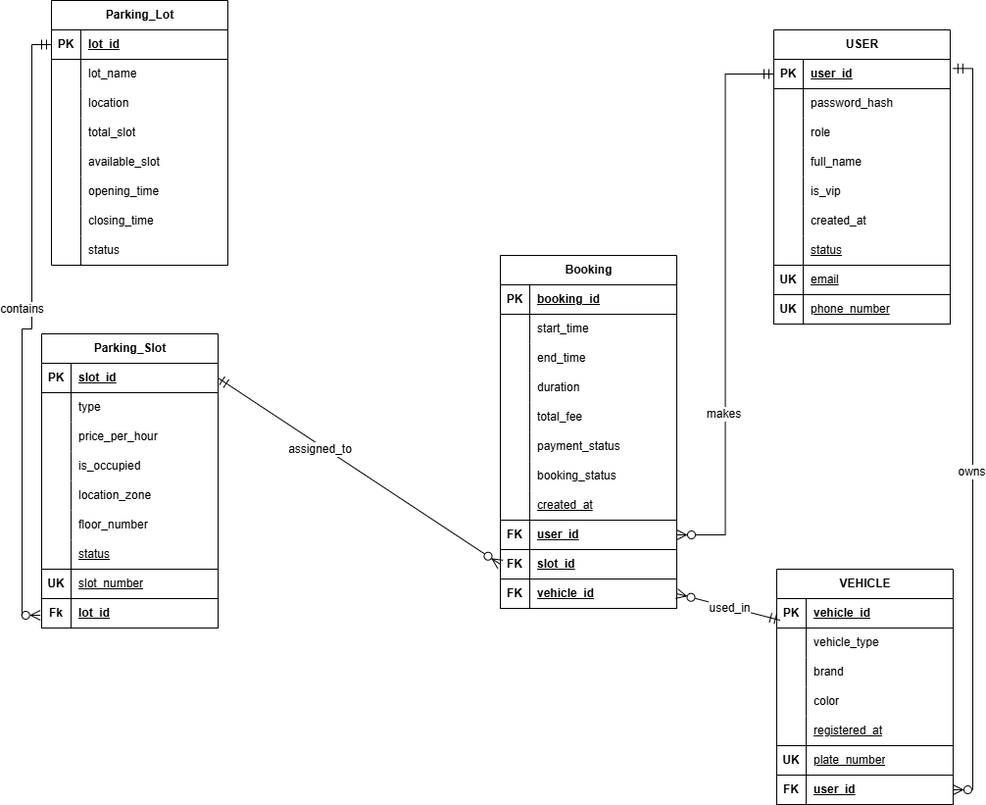
A-proG-spec/AASTU-DB-Project-Group-2 keeps this draw.io diagram as diagrams/erd.drawio.png. Above is the earlier version. Source tidied: cells renumbered, new cells last; positions are measured from the earlier drawing's top-left corner, leaving out a move shared by most shapes.
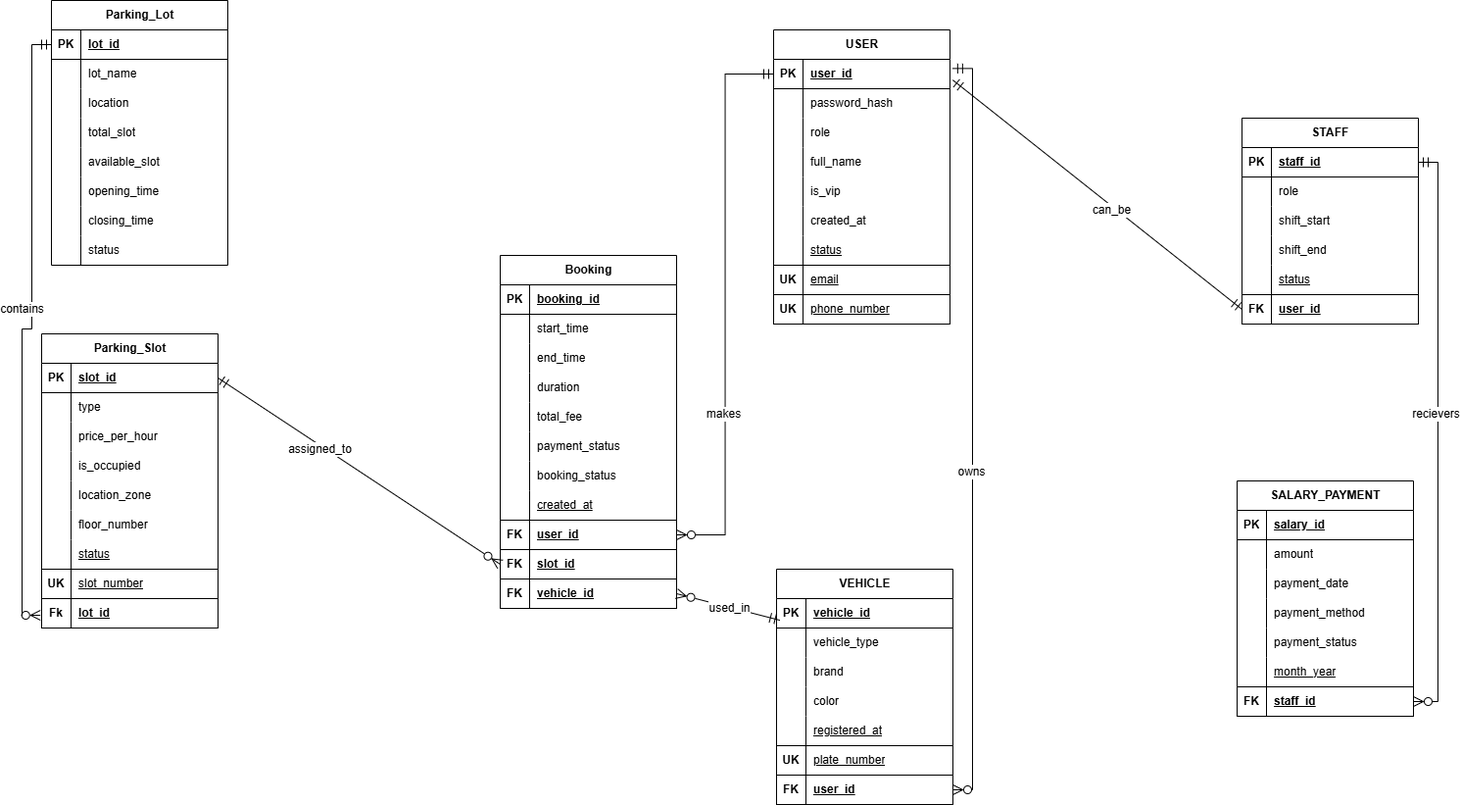
The same diagram one commit later.

Commit message:
added staff and salary_payment entities

The edit, as a diff of the source:
```diff
@@ -140,7 +140,7 @@
     <mxCell id="47" style="shape=partialRectangle;fillColor=none;top=0;left=0;bottom=0;right=0;fontStyle=1;overflow=hidden;whiteSpace=wrap;html=1;" parent="46" vertex="1">
       <mxGeometry width="30" height="30" as="geometry" />
     </mxCell>
-    <mxCell id="48" value="&lt;span style=&quot;font-weight: normal;&quot;&gt;status&lt;/span&gt;" style="shape=partialRectangle;fillColor=none;top=0;left=0;bottom=0;right=0;align=left;spacingLeft=6;fontStyle=5;overflow=hidden;whiteSpace=wrap;html=1;" parent="46" vertex="1">
+    <mxCell id="48" value="&lt;span style=&quot;font-weight: 400;&quot;&gt;status&lt;/span&gt;" style="shape=partialRectangle;fillColor=none;top=0;left=0;bottom=0;right=0;align=left;spacingLeft=6;fontStyle=5;overflow=hidden;whiteSpace=wrap;html=1;" parent="46" vertex="1">
       <mxGeometry x="30" width="150" height="30" as="geometry" />
     </mxCell>
     <mxCell id="49" style="shape=tableRow;horizontal=0;startSize=0;swimlaneHead=0;swimlaneBody=0;fillColor=none;top=0;left=0;right=0;bottom=1;" parent="27" vertex="1">
@@ -456,5 +456,142 @@
         <mxPoint y="-3" as="offset" />
       </mxGeometry>
     </mxCell>
+    <mxCell id="149" value="STAFF" style="shape=table;startSize=30;rowLines=0;fontStyle=1;align=center;html=1;" parent="1" vertex="1">
+      <mxGeometry x="1245" y="120" width="180" height="210" as="geometry" />
+    </mxCell>
+    <mxCell id="150" style="shape=tableRow;horizontal=0;startSize=0;swimlaneHead=0;swimlaneBody=0;fillColor=none;points=[[0,0.5],[1,0.5]];portConstraint=eastwest;top=0;left=0;right=0;bottom=1;" parent="149" vertex="1">
+      <mxGeometry y="30" width="180" height="30" as="geometry" />
+    </mxCell>
+    <mxCell id="151" value="PK" style="shape=partialRectangle;fillColor=none;top=0;left=0;bottom=0;right=0;fontStyle=1;overflow=hidden;whiteSpace=wrap;html=1;" parent="150" vertex="1">
+      <mxGeometry width="30" height="30" as="geometry" />
+    </mxCell>
+    <mxCell id="152" value="staff_id" style="shape=partialRectangle;fillColor=none;top=0;left=0;bottom=0;right=0;align=left;spacingLeft=6;fontStyle=5;overflow=hidden;whiteSpace=wrap;html=1;" parent="150" vertex="1">
+      <mxGeometry x="30" width="150" height="30" as="geometry" />
+    </mxCell>
+    <mxCell id="153" style="shape=tableRow;horizontal=0;startSize=0;swimlaneHead=0;swimlaneBody=0;fillColor=none;top=0;left=0;right=0;bottom=0;" parent="149" vertex="1">
+      <mxGeometry y="60" width="180" height="30" as="geometry" />
+    </mxCell>
+    <mxCell id="154" style="shape=partialRectangle;fillColor=none;top=0;left=0;bottom=0;right=0;overflow=hidden;whiteSpace=wrap;html=1;" parent="153" vertex="1">
+      <mxGeometry width="30" height="30" as="geometry" />
+    </mxCell>
+    <mxCell id="155" value="role" style="shape=partialRectangle;fillColor=none;top=0;left=0;bottom=0;right=0;align=left;spacingLeft=6;overflow=hidden;whiteSpace=wrap;html=1;" parent="153" vertex="1">
+      <mxGeometry x="30" width="150" height="30" as="geometry" />
+    </mxCell>
+    <mxCell id="156" style="shape=tableRow;horizontal=0;startSize=0;swimlaneHead=0;swimlaneBody=0;fillColor=none;top=0;left=0;right=0;bottom=0;" parent="149" vertex="1">
+      <mxGeometry y="90" width="180" height="30" as="geometry" />
+    </mxCell>
+    <mxCell id="157" style="shape=partialRectangle;fillColor=none;top=0;left=0;bottom=0;right=0;overflow=hidden;whiteSpace=wrap;html=1;" parent="156" vertex="1">
+      <mxGeometry width="30" height="30" as="geometry" />
+    </mxCell>
+    <mxCell id="158" value="shift_start" style="shape=partialRectangle;fillColor=none;top=0;left=0;bottom=0;right=0;align=left;spacingLeft=6;overflow=hidden;whiteSpace=wrap;html=1;" parent="156" vertex="1">
+      <mxGeometry x="30" width="150" height="30" as="geometry" />
+    </mxCell>
+    <mxCell id="159" style="shape=tableRow;horizontal=0;startSize=0;swimlaneHead=0;swimlaneBody=0;fillColor=none;top=0;left=0;right=0;bottom=0;" parent="149" vertex="1">
+      <mxGeometry y="120" width="180" height="30" as="geometry" />
+    </mxCell>
+    <mxCell id="160" style="shape=partialRectangle;fillColor=none;top=0;left=0;bottom=0;right=0;overflow=hidden;whiteSpace=wrap;html=1;" parent="159" vertex="1">
+      <mxGeometry width="30" height="30" as="geometry" />
+    </mxCell>
+    <mxCell id="161" value="shift_end" style="shape=partialRectangle;fillColor=none;top=0;left=0;bottom=0;right=0;align=left;spacingLeft=6;overflow=hidden;whiteSpace=wrap;html=1;" parent="159" vertex="1">
+      <mxGeometry x="30" width="150" height="30" as="geometry" />
+    </mxCell>
+    <mxCell id="162" style="shape=tableRow;horizontal=0;startSize=0;swimlaneHead=0;swimlaneBody=0;fillColor=none;top=0;left=0;right=0;bottom=1;" parent="149" vertex="1">
+      <mxGeometry y="150" width="180" height="30" as="geometry" />
+    </mxCell>
+    <mxCell id="163" style="shape=partialRectangle;fillColor=none;top=0;left=0;bottom=0;right=0;fontStyle=1;overflow=hidden;whiteSpace=wrap;html=1;" parent="162" vertex="1">
+      <mxGeometry width="30" height="30" as="geometry" />
+    </mxCell>
+    <mxCell id="164" value="&lt;span style=&quot;font-weight: 400;&quot;&gt;status&lt;/span&gt;" style="shape=partialRectangle;fillColor=none;top=0;left=0;bottom=0;right=0;align=left;spacingLeft=6;fontStyle=5;overflow=hidden;whiteSpace=wrap;html=1;" parent="162" vertex="1">
+      <mxGeometry x="30" width="150" height="30" as="geometry" />
+    </mxCell>
+    <mxCell id="165" style="shape=tableRow;horizontal=0;startSize=0;swimlaneHead=0;swimlaneBody=0;fillColor=none;points=[[0,0.5],[1,0.5]];portConstraint=eastwest;top=0;left=0;right=0;bottom=1;" parent="149" vertex="1">
+      <mxGeometry y="180" width="180" height="30" as="geometry" />
+    </mxCell>
+    <mxCell id="166" value="FK" style="shape=partialRectangle;fillColor=none;top=0;left=0;bottom=0;right=0;fontStyle=1;overflow=hidden;whiteSpace=wrap;html=1;" parent="165" vertex="1">
+      <mxGeometry width="30" height="30" as="geometry" />
+    </mxCell>
+    <mxCell id="167" value="user_id" style="shape=partialRectangle;fillColor=none;top=0;left=0;bottom=0;right=0;align=left;spacingLeft=6;fontStyle=5;overflow=hidden;whiteSpace=wrap;html=1;" parent="165" vertex="1">
+      <mxGeometry x="30" width="150" height="30" as="geometry" />
+    </mxCell>
+    <mxCell id="168" value="SALARY_PAYMENT" style="shape=table;startSize=30;rowLines=0;fontStyle=1;align=center;html=1;fillColor=none;" parent="1" vertex="1">
+      <mxGeometry x="1240" y="490" width="180" height="240" as="geometry" />
+    </mxCell>
+    <mxCell id="169" style="shape=tableRow;horizontal=0;startSize=0;swimlaneHead=0;swimlaneBody=0;fillColor=none;top=0;left=0;right=0;bottom=1;" parent="168" vertex="1">
+      <mxGeometry y="30" width="180" height="30" as="geometry" />
+    </mxCell>
+    <mxCell id="170" value="PK" style="shape=partialRectangle;fillColor=none;top=0;left=0;bottom=0;right=0;fontStyle=1;overflow=hidden;whiteSpace=wrap;html=1;" parent="169" vertex="1">
+      <mxGeometry width="30" height="30" as="geometry" />
+    </mxCell>
+    <mxCell id="171" value="salary_id" style="shape=partialRectangle;fillColor=none;top=0;left=0;bottom=0;right=0;align=left;spacingLeft=6;fontStyle=5;overflow=hidden;whiteSpace=wrap;html=1;" parent="169" vertex="1">
+      <mxGeometry x="30" width="150" height="30" as="geometry" />
+    </mxCell>
+    <mxCell id="172" style="shape=tableRow;horizontal=0;startSize=0;swimlaneHead=0;swimlaneBody=0;fillColor=none;top=0;left=0;right=0;bottom=0;" parent="168" vertex="1">
+      <mxGeometry y="60" width="180" height="30" as="geometry" />
+    </mxCell>
+    <mxCell id="173" style="shape=partialRectangle;fillColor=none;top=0;left=0;bottom=0;right=0;overflow=hidden;whiteSpace=wrap;html=1;" parent="172" vertex="1">
+      <mxGeometry width="30" height="30" as="geometry" />
+    </mxCell>
+    <mxCell id="174" value="amount" style="shape=partialRectangle;fillColor=none;top=0;left=0;bottom=0;right=0;align=left;spacingLeft=6;overflow=hidden;whiteSpace=wrap;html=1;" parent="172" vertex="1">
+      <mxGeometry x="30" width="150" height="30" as="geometry" />
+    </mxCell>
+    <mxCell id="175" style="shape=tableRow;horizontal=0;startSize=0;swimlaneHead=0;swimlaneBody=0;fillColor=none;top=0;left=0;right=0;bottom=0;" parent="168" vertex="1">
+      <mxGeometry y="90" width="180" height="30" as="geometry" />
+    </mxCell>
+    <mxCell id="176" style="shape=partialRectangle;fillColor=none;top=0;left=0;bottom=0;right=0;overflow=hidden;whiteSpace=wrap;html=1;" parent="175" vertex="1">
+      <mxGeometry width="30" height="30" as="geometry" />
+    </mxCell>
+    <mxCell id="177" value="payment_date" style="shape=partialRectangle;fillColor=none;top=0;left=0;bottom=0;right=0;align=left;spacingLeft=6;overflow=hidden;whiteSpace=wrap;html=1;" parent="175" vertex="1">
+      <mxGeometry x="30" width="150" height="30" as="geometry" />
+    </mxCell>
+    <mxCell id="178" style="shape=tableRow;horizontal=0;startSize=0;swimlaneHead=0;swimlaneBody=0;fillColor=none;top=0;left=0;right=0;bottom=0;" parent="168" vertex="1">
+      <mxGeometry y="120" width="180" height="30" as="geometry" />
+    </mxCell>
+    <mxCell id="179" style="shape=partialRectangle;fillColor=none;top=0;left=0;bottom=0;right=0;overflow=hidden;whiteSpace=wrap;html=1;" parent="178" vertex="1">
+      <mxGeometry width="30" height="30" as="geometry" />
+    </mxCell>
+    <mxCell id="180" value="payment_method" style="shape=partialRectangle;fillColor=none;top=0;left=0;bottom=0;right=0;align=left;spacingLeft=6;overflow=hidden;whiteSpace=wrap;html=1;" parent="178" vertex="1">
+      <mxGeometry x="30" width="150" height="30" as="geometry" />
+    </mxCell>
+    <mxCell id="181" style="shape=tableRow;horizontal=0;startSize=0;swimlaneHead=0;swimlaneBody=0;fillColor=none;top=0;left=0;right=0;bottom=0;strokeColor=inherit;swimlaneFillColor=default;" parent="168" vertex="1">
+      <mxGeometry y="150" width="180" height="30" as="geometry" />
+    </mxCell>
+    <mxCell id="182" style="shape=partialRectangle;fillColor=none;top=0;left=0;bottom=0;right=0;overflow=hidden;whiteSpace=wrap;html=1;" parent="181" vertex="1">
+      <mxGeometry width="30" height="30" as="geometry" />
+    </mxCell>
+    <mxCell id="183" value="payment_status" style="shape=partialRectangle;fillColor=none;top=0;left=0;bottom=0;right=0;align=left;spacingLeft=6;overflow=hidden;whiteSpace=wrap;html=1;" parent="181" vertex="1">
+      <mxGeometry x="30" width="150" height="30" as="geometry" />
+    </mxCell>
+    <mxCell id="184" style="shape=tableRow;horizontal=0;startSize=0;swimlaneHead=0;swimlaneBody=0;fillColor=none;top=0;left=0;right=0;bottom=1;" parent="168" vertex="1">
+      <mxGeometry y="180" width="180" height="30" as="geometry" />
+    </mxCell>
+    <mxCell id="185" style="shape=partialRectangle;fillColor=none;top=0;left=0;bottom=0;right=0;fontStyle=1;overflow=hidden;whiteSpace=wrap;html=1;" parent="184" vertex="1">
+      <mxGeometry width="30" height="30" as="geometry" />
+    </mxCell>
+    <mxCell id="186" value="&lt;span style=&quot;font-weight: normal;&quot;&gt;month_year&lt;/span&gt;" style="shape=partialRectangle;fillColor=none;top=0;left=0;bottom=0;right=0;align=left;spacingLeft=6;fontStyle=5;overflow=hidden;whiteSpace=wrap;html=1;" parent="184" vertex="1">
+      <mxGeometry x="30" width="150" height="30" as="geometry" />
+    </mxCell>
+    <mxCell id="187" style="shape=tableRow;horizontal=0;startSize=0;swimlaneHead=0;swimlaneBody=0;fillColor=none;points=[[0,0.5],[1,0.5]];portConstraint=eastwest;top=0;left=0;right=0;bottom=1;" parent="168" vertex="1">
+      <mxGeometry y="210" width="180" height="30" as="geometry" />
+    </mxCell>
+    <mxCell id="188" value="FK" style="shape=partialRectangle;fillColor=none;top=0;left=0;bottom=0;right=0;fontStyle=1;overflow=hidden;whiteSpace=wrap;html=1;" parent="187" vertex="1">
+      <mxGeometry width="30" height="30" as="geometry" />
+    </mxCell>
+    <mxCell id="189" value="staff_id" style="shape=partialRectangle;fillColor=none;top=0;left=0;bottom=0;right=0;align=left;spacingLeft=6;fontStyle=5;overflow=hidden;whiteSpace=wrap;html=1;" parent="187" vertex="1">
+      <mxGeometry x="30" width="150" height="30" as="geometry" />
+    </mxCell>
+    <mxCell id="190" style="edgeStyle=none;curved=1;rounded=0;jettySize=auto;html=1;entryX=1.016;entryY=0.706;entryDx=0;entryDy=0;entryPerimeter=0;fontSize=12;startSize=8;endSize=8;startArrow=ERmandOne;startFill=0;endArrow=ERmandOne;endFill=0;exitX=0;exitY=0.5;exitDx=0;exitDy=0;" parent="1" edge="1" source="165" target="94">
+      <mxGeometry relative="1" as="geometry" />
+    </mxCell>
+    <mxCell id="191" value="can_be" style="edgeLabel;html=1;align=center;verticalAlign=middle;fontSize=12;" parent="190" vertex="1">
+      <mxGeometry x="-0.11" y="3" relative="1" as="geometry" />
+    </mxCell>
+    <mxCell id="192" style="edgeStyle=orthogonalEdgeStyle;rounded=0;jettySize=auto;html=1;exitX=1;exitY=0.5;exitDx=0;exitDy=0;entryX=1;entryY=0.5;entryDx=0;entryDy=0;fontSize=12;startSize=8;endSize=8;startArrow=ERzeroToMany;startFill=0;endArrow=ERmandOne;endFill=0;" parent="1" edge="1" source="187" target="150">
+      <mxGeometry relative="1" as="geometry" />
+    </mxCell>
+    <mxCell id="193" value="recievers" style="edgeLabel;html=1;align=center;verticalAlign=middle;fontSize=12;" parent="192" vertex="1">
+      <mxGeometry x="0.07" y="2" relative="1" as="geometry">
+        <mxPoint y="-1" as="offset" />
+      </mxGeometry>
+    </mxCell>
   </root>
 </mxGraphModel>
```
